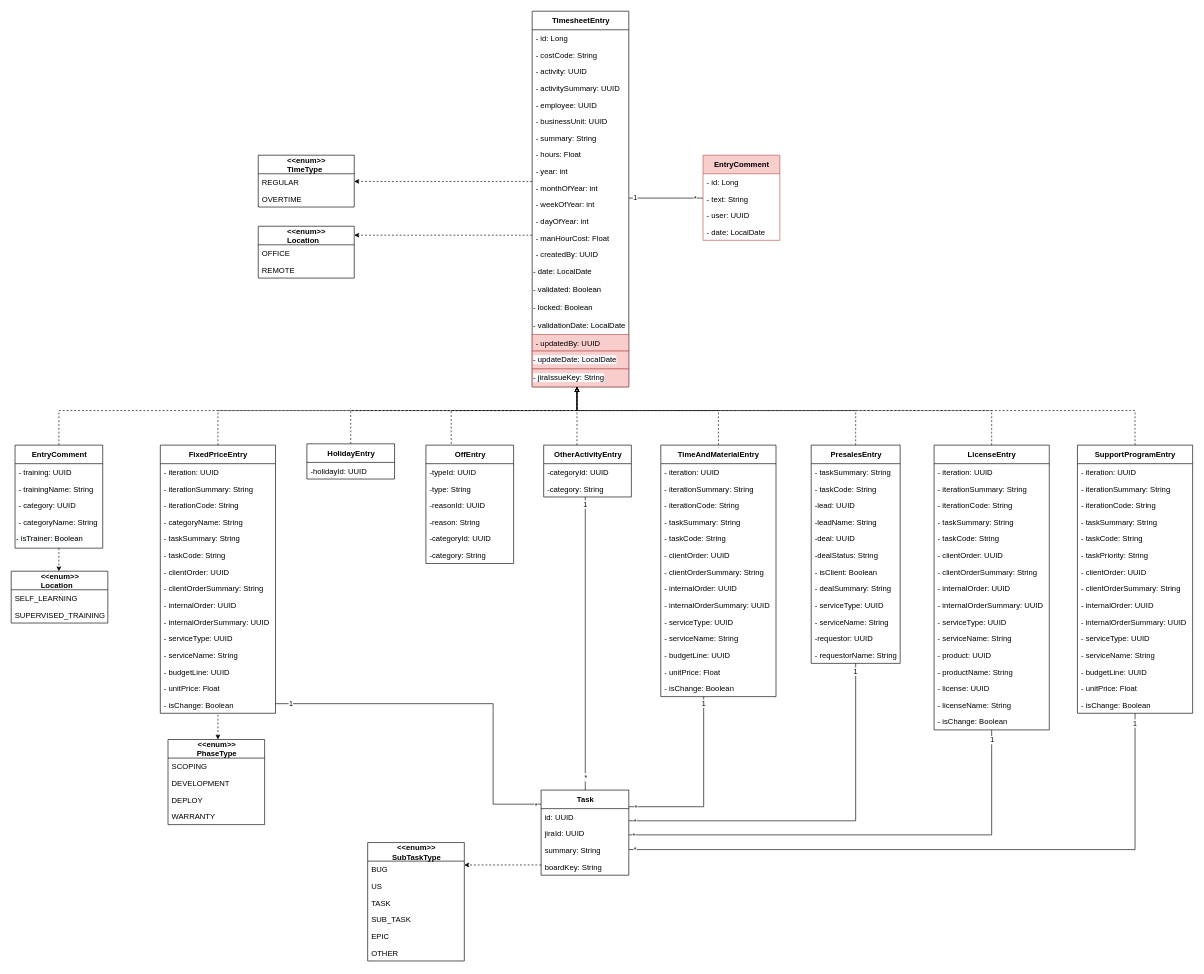
This is Timesheet/_DiagrammeClasseTimesheet.drawio from ZidiMedAmine/UML, a draw.io file, before an edit. Source tidied: cells renumbered, new cells numbered last; positions are measured from the earlier drawing's top-left corner, leaving out a move shared by most shapes. Both pictures are drawn from the tidied source at 64%, with x=0, y=0 at pixel (11, 11).
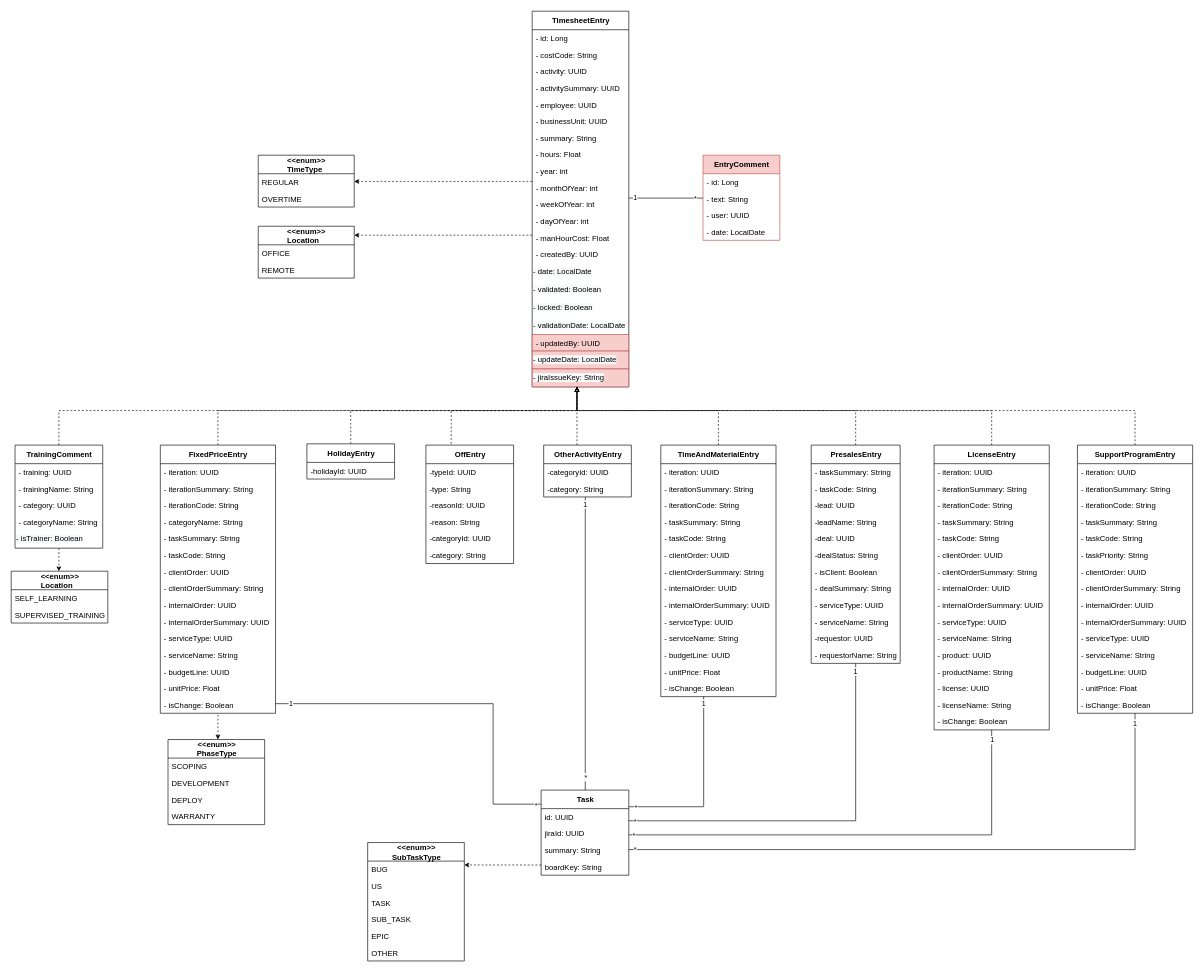
Above is the later version.

Commit message:
Mettre à jour _DiagrammeClasseTimesheet.drawio

What changed in the source:
```diff
@@
-    <mxCell id="41" value="&lt;b&gt;EntryComment&lt;/b&gt;" style="swimlane;fontStyle=0;align=center;verticalAlign=middle;horizontal=1;startSize=29;html=1;fontSize=12;labelPosition=center;verticalLabelPosition=middle;swimlaneLine=1;rounded=0;shadow=0;glass=0;sketch=0;perimeterSpacing=0;" parent="1" vertex="1">
+    <mxCell id="41" value="&lt;b&gt;TrainingComment&lt;/b&gt;" style="swimlane;fontStyle=0;align=center;verticalAlign=middle;horizontal=1;startSize=29;html=1;fontSize=12;labelPosition=center;verticalLabelPosition=middle;swimlaneLine=1;rounded=0;shadow=0;glass=0;sketch=0;perimeterSpacing=0;" parent="1" vertex="1">
       <mxGeometry x="6" y="678" width="137" height="161" as="geometry" />
     </mxCell>
```
